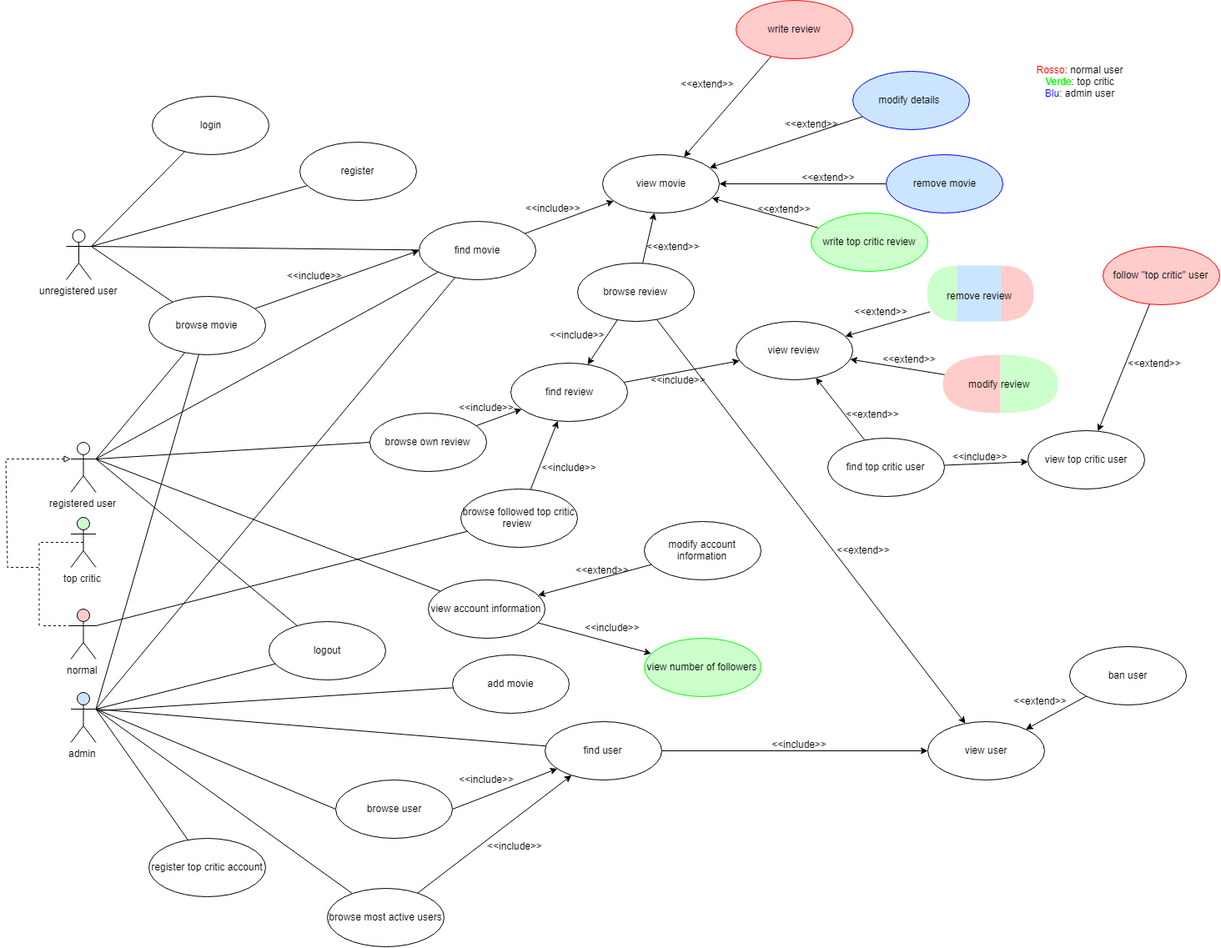
This is PNG/UseCasesDiagram.png from glmquint/RottenMovies, a draw.io export, as it was before one commit. Source tidied: cells renumbered, new cells last; positions are measured from the earlier drawing's top-left corner, leaving out a move shared by most shapes.
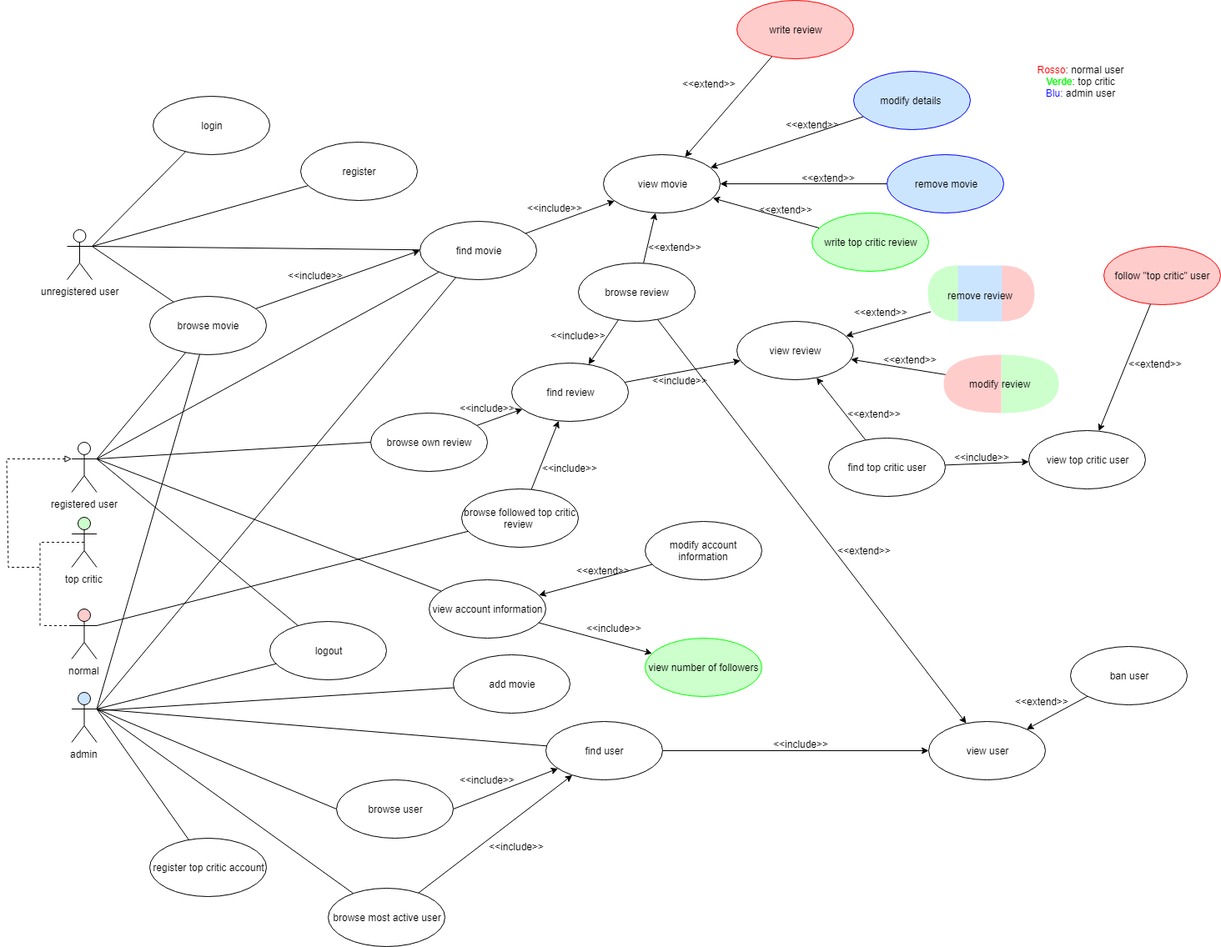
Above is the later version.

Commit message:
fix typos in presentation and diagrams

Diff of the diagram source:
```diff
@@ -241,7 +241,7 @@
     <mxCell id="67" style="edgeStyle=none;rounded=0;jettySize=auto;html=1;entryX=1;entryY=0.3333333333333333;entryDx=0;entryDy=0;entryPerimeter=0;startArrow=none;startFill=0;endArrow=none;endFill=0;" parent="1" edge="1" source="68" target="36">
       <mxGeometry relative="1" as="geometry" />
     </mxCell>
-    <mxCell id="68" value="browse most active users" style="ellipse;whiteSpace=wrap;html=1;fontStyle=0;strokeColor=#000000;" parent="1" vertex="1">
+    <mxCell id="68" value="browse most active user" style="ellipse;whiteSpace=wrap;html=1;fontStyle=0;strokeColor=#000000;" parent="1" vertex="1">
       <mxGeometry x="385" y="1065" width="140" height="70" as="geometry" />
     </mxCell>
     <mxCell id="69" value="&lt;font color=&quot;#ff0000&quot;&gt;Rosso&lt;/font&gt;: normal user&lt;br&gt;&lt;font color=&quot;#00ff00&quot;&gt;Verde&lt;/font&gt;: top critic&lt;br&gt;&lt;font color=&quot;#0000ff&quot;&gt;Blu&lt;/font&gt;: admin user" style="text;html=1;strokeColor=none;fillColor=none;align=center;verticalAlign=middle;whiteSpace=wrap;rounded=0;" parent="1" vertex="1">
```
